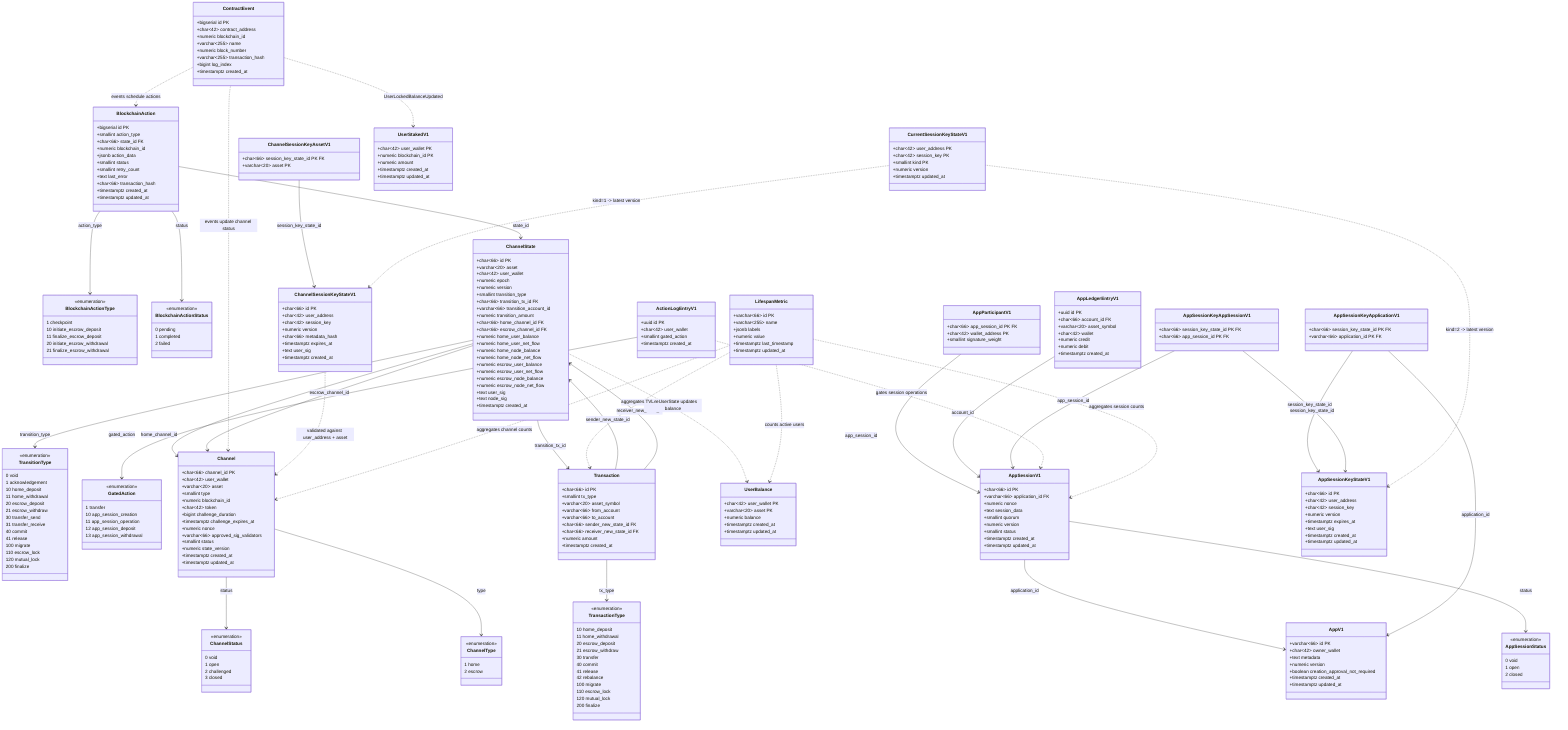
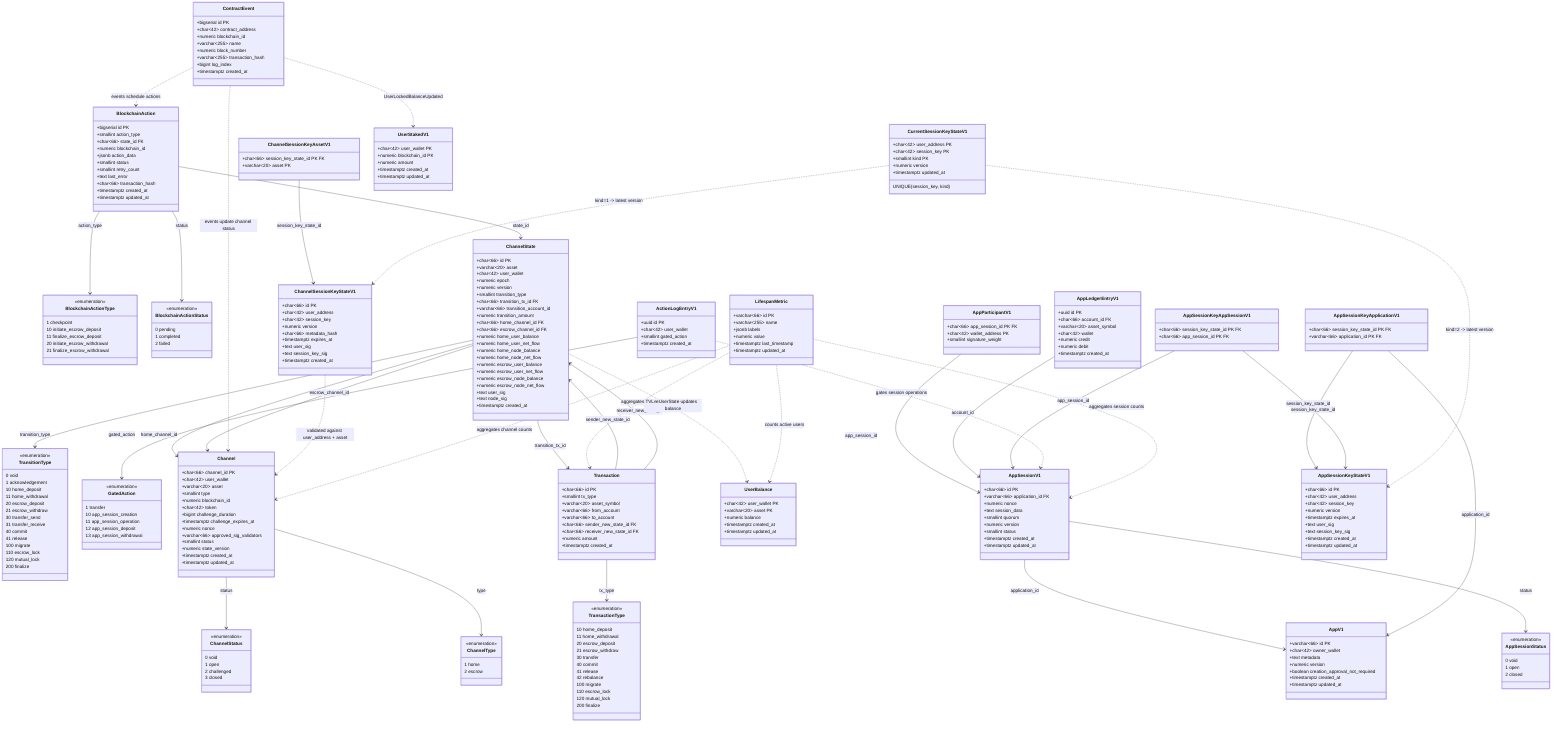
classDiagram
    %% ===== ENUMS =====

    class ChannelStatus {
        <<enumeration>>
        0 void
        1 open
        2 challenged
        3 closed
    }

    class ChannelType {
        <<enumeration>>
        1 home
        2 escrow
    }

    class TransactionType {
        <<enumeration>>
        10 home_deposit
        11 home_withdrawal
        20 escrow_deposit
        21 escrow_withdraw
        30 transfer
        40 commit
        41 release
        42 rebalance
        100 migrate
        110 escrow_lock
        120 mutual_lock
        200 finalize
    }

    class TransitionType {
        <<enumeration>>
        0 void
        1 acknowledgement
        10 home_deposit
        11 home_withdrawal
        20 escrow_deposit
        21 escrow_withdraw
        30 transfer_send
        31 transfer_receive
        40 commit
        41 release
        100 migrate
        110 escrow_lock
        120 mutual_lock
        200 finalize
    }

    class AppSessionStatus {
        <<enumeration>>
        0 void
        1 open
        2 closed
    }

    class BlockchainActionType {
        <<enumeration>>
        1 checkpoint
        10 initiate_escrow_deposit
        11 finalize_escrow_deposit
        20 initiate_escrow_withdrawal
        21 finalize_escrow_withdrawal
    }

    class BlockchainActionStatus {
        <<enumeration>>
        0 pending
        1 completed
        2 failed
    }

    class GatedAction {
        <<enumeration>>
        1 transfer
        10 app_session_creation
        11 app_session_operation
        12 app_session_deposit
        13 app_session_withdrawal
    }

    %% ===== CORE TABLES =====

    class Channel {
        +char~66~ channel_id PK
        +char~42~ user_wallet
        +varchar~20~ asset
        +smallint type
        +numeric blockchain_id
        +char~42~ token
        +bigint challenge_duration
        +timestamptz challenge_expires_at
        +numeric nonce
        +varchar~66~ approved_sig_validators
        +smallint status
        +numeric state_version
        +timestamptz created_at
        +timestamptz updated_at
    }

    class ChannelState {
        +char~66~ id PK
        +varchar~20~ asset
        +char~42~ user_wallet
        +numeric epoch
        +numeric version
        +smallint transition_type
        +char~66~ transition_tx_id FK
        +varchar~66~ transition_account_id
        +numeric transition_amount
        +char~66~ home_channel_id FK
        +char~66~ escrow_channel_id FK
        +numeric home_user_balance
        +numeric home_user_net_flow
        +numeric home_node_balance
        +numeric home_node_net_flow
        +numeric escrow_user_balance
        +numeric escrow_user_net_flow
        +numeric escrow_node_balance
        +numeric escrow_node_net_flow
        +text user_sig
        +text node_sig
        +timestamptz created_at
    }

    class Transaction {
        +char~66~ id PK
        +smallint tx_type
        +varchar~20~ asset_symbol
        +varchar~66~ from_account
        +varchar~66~ to_account
        +char~66~ sender_new_state_id FK
        +char~66~ receiver_new_state_id FK
        +numeric amount
        +timestamptz created_at
    }

    class UserBalance {
        +char~42~ user_wallet PK
        +varchar~20~ asset PK
        +numeric balance
        +timestamptz created_at
        +timestamptz updated_at
    }

    %% ===== APPLICATION TABLES =====

    class AppV1 {
        +varchar~66~ id PK
        +char~42~ owner_wallet
        +text metadata
        +numeric version
        +boolean creation_approval_not_required
        +timestamptz created_at
        +timestamptz updated_at
    }

    class AppSessionV1 {
        +char~66~ id PK
        +varchar~66~ application_id FK
        +numeric nonce
        +text session_data
        +smallint quorum
        +numeric version
        +smallint status
        +timestamptz created_at
        +timestamptz updated_at
    }

    class AppParticipantV1 {
        +char~66~ app_session_id PK FK
        +char~42~ wallet_address PK
        +smallint signature_weight
    }

    class AppLedgerEntryV1 {
        +uuid id PK
        +char~66~ account_id FK
        +varchar~20~ asset_symbol
        +char~42~ wallet
        +numeric credit
        +numeric debit
        +timestamptz created_at
    }

    %% ===== SESSION KEY TABLES =====

    class AppSessionKeyStateV1 {
        +char~66~ id PK
        +char~42~ user_address
        +char~42~ session_key
        +numeric version
        +timestamptz expires_at
        +text user_sig
+         +text session_key_sig
        +timestamptz created_at
        +timestamptz updated_at
    }

    class AppSessionKeyApplicationV1 {
        +char~66~ session_key_state_id PK FK
        +varchar~66~ application_id PK FK
    }

    class AppSessionKeyAppSessionV1 {
        +char~66~ session_key_state_id PK FK
        +char~66~ app_session_id PK FK
    }

    class ChannelSessionKeyStateV1 {
        +char~66~ id PK
        +char~42~ user_address
        +char~42~ session_key
        +numeric version
        +char~66~ metadata_hash
        +timestamptz expires_at
        +text user_sig
+         +text session_key_sig
        +timestamptz created_at
    }

    class ChannelSessionKeyAssetV1 {
        +char~66~ session_key_state_id PK FK
        +varchar~20~ asset PK
    }

    class CurrentSessionKeyStateV1 {
        +char~42~ user_address PK
        +char~42~ session_key PK
        +smallint kind PK
        +numeric version
        +timestamptz updated_at
+         UNIQUE(session_key, kind)
    }

    %% ===== BLOCKCHAIN TABLES =====

    class ContractEvent {
        +bigserial id PK
        +char~42~ contract_address
        +numeric blockchain_id
        +varchar~255~ name
        +numeric block_number
        +varchar~255~ transaction_hash
        +bigint log_index
        +timestamptz created_at
    }

    class BlockchainAction {
        +bigserial id PK
        +smallint action_type
        +char~66~ state_id FK
        +numeric blockchain_id
        +jsonb action_data
        +smallint status
        +smallint retry_count
        +text last_error
        +char~66~ transaction_hash
        +timestamptz created_at
        +timestamptz updated_at
    }

    %% ===== OPERATIONAL TABLES =====

    class UserStakedV1 {
        +char~42~ user_wallet PK
        +numeric blockchain_id PK
        +numeric amount
        +timestamptz created_at
        +timestamptz updated_at
    }

    class ActionLogEntryV1 {
        +uuid id PK
        +char~42~ user_wallet
        +smallint gated_action
        +timestamptz created_at
    }

    class LifespanMetric {
        +varchar~66~ id PK
        +varchar~255~ name
        +jsonb labels
        +numeric value
        +timestamptz last_timestamp
        +timestamptz updated_at
    }

    %% ===== RELATIONSHIPS =====

    %% -- Channel core --
    Channel --> ChannelStatus : status
    Channel --> ChannelType : type

    %% -- ChannelState references channels and transitions --
    ChannelState --> TransitionType : transition_type
    ChannelState --> Channel : home_channel_id
    ChannelState --> Channel : escrow_channel_id
    ChannelState --> Transaction : transition_tx_id

    %% -- Transaction references states --
    Transaction --> TransactionType : tx_type
    Transaction --> ChannelState : sender_new_state_id
    Transaction --> ChannelState : receiver_new_state_id

    %% -- UserBalance derived from ChannelState.home_user_balance --
    ChannelState ..> UserBalance : StoreUserState updates balance

    %% -- Blockchain: actions reference states, events update channels --
    BlockchainAction --> BlockchainActionType : action_type
    BlockchainAction --> BlockchainActionStatus : status
    BlockchainAction --> ChannelState : state_id
    ContractEvent ..> Channel : events update channel status
    ContractEvent ..> BlockchainAction : events schedule actions
    ContractEvent ..> UserStakedV1 : UserLockedBalanceUpdated

    %% -- App layer --
    AppSessionV1 --> AppV1 : application_id
    AppSessionV1 --> AppSessionStatus : status
    AppParticipantV1 --> AppSessionV1 : app_session_id
    AppLedgerEntryV1 --> AppSessionV1 : account_id

    %% -- App session keys link to apps and sessions --
    AppSessionKeyApplicationV1 --> AppSessionKeyStateV1 : session_key_state_id
    AppSessionKeyApplicationV1 --> AppV1 : application_id
    AppSessionKeyAppSessionV1 --> AppSessionKeyStateV1 : session_key_state_id
    AppSessionKeyAppSessionV1 --> AppSessionV1 : app_session_id

    %% -- Channel session keys link to channels via user_address + asset --
    ChannelSessionKeyAssetV1 --> ChannelSessionKeyStateV1 : session_key_state_id
    ChannelSessionKeyStateV1 ..> Channel : validated against user_address + asset

    %% -- Pointer table tracks latest version per (user_address, session_key, kind) --
    CurrentSessionKeyStateV1 ..> AppSessionKeyStateV1 : kind=2 -> latest version
    CurrentSessionKeyStateV1 ..> ChannelSessionKeyStateV1 : kind=1 -> latest version

    %% -- Action log gates user operations --
    ActionLogEntryV1 --> GatedAction : gated_action
    ActionLogEntryV1 ..> AppSessionV1 : gates session operations

    %% -- Lifespan metrics aggregate from core tables --
    LifespanMetric ..> Channel : aggregates channel counts
    LifespanMetric ..> Transaction : aggregates TVL
    LifespanMetric ..> AppSessionV1 : aggregates session counts
    LifespanMetric ..> UserBalance : counts active users
